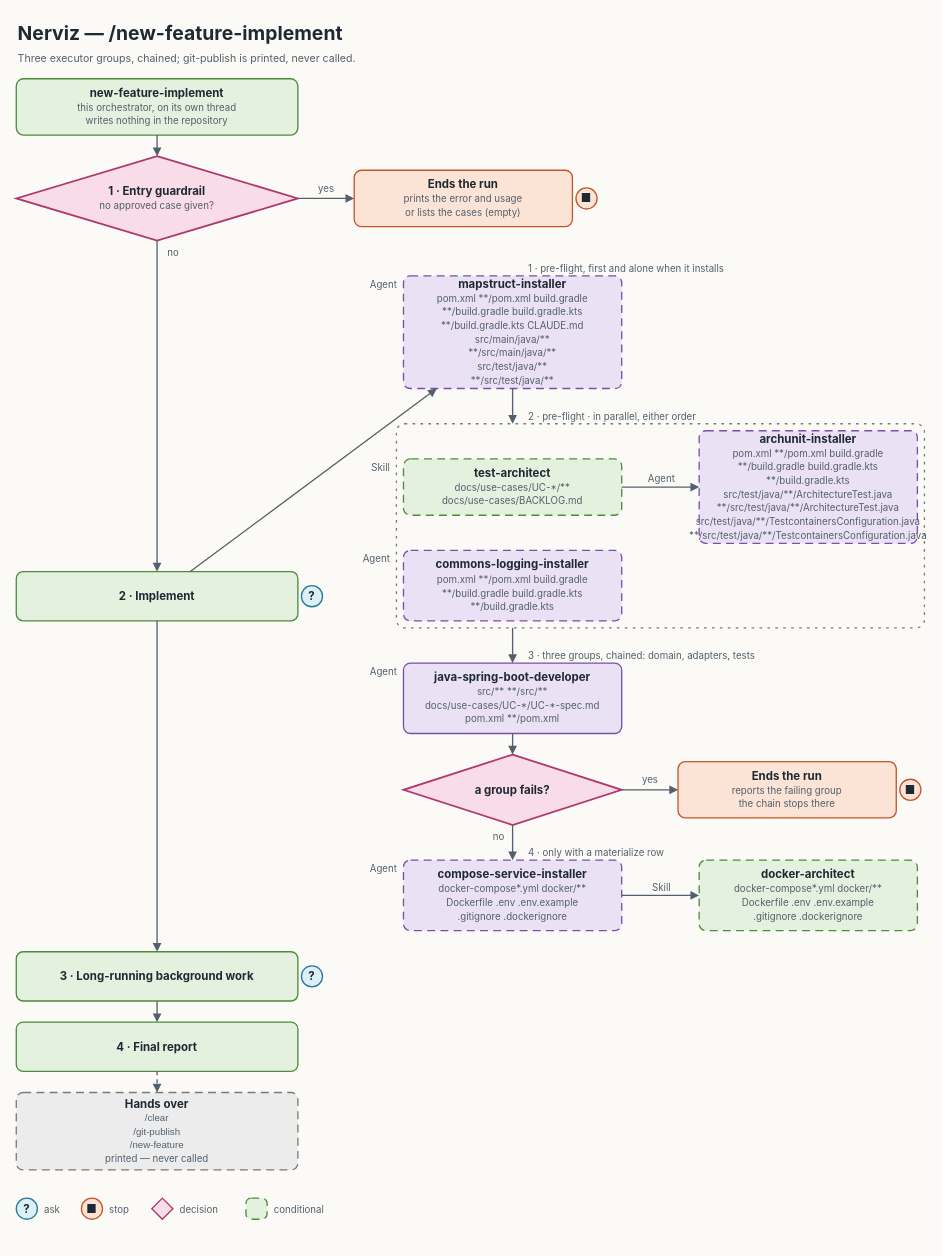
nerviz-ai/nerviz keeps this draw.io diagram as docs/diagrams/new-feature-implement/new-feature-implement.drawio. Above is the earlier version. Source tidied: cells renumbered, new cells numbered last; positions are measured from the earlier drawing's top-left corner, leaving out a move shared by most shapes. Both pictures are drawn from the tidied source at 88%, with x=0, y=0 at pixel (16, 15).
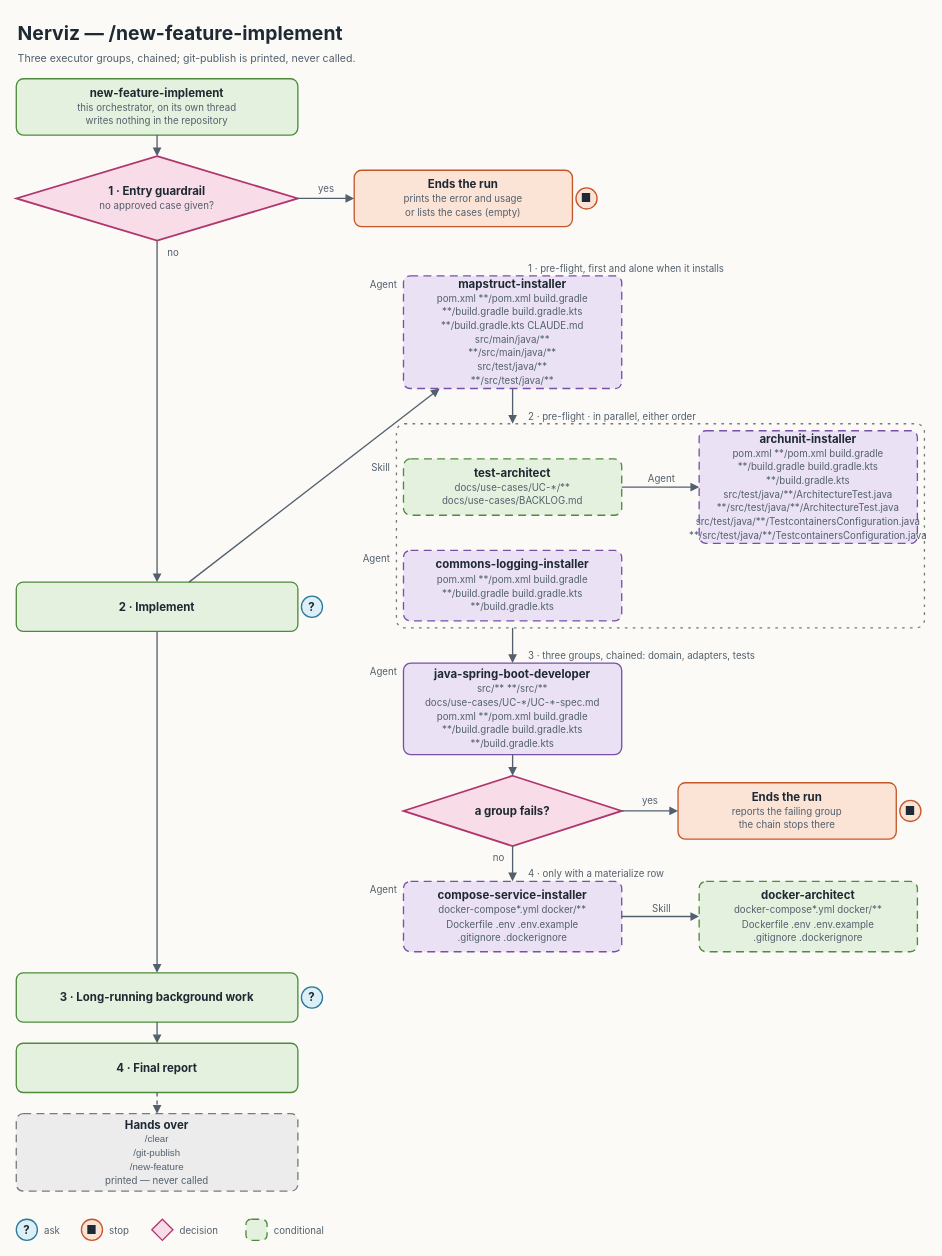
The same diagram, later.

What changed in the source:
```diff
@@
     <mxCell id="7" value="&lt;b&gt;2 · Implement&lt;/b&gt;" style="rounded=1;arcSize=14;html=1;whiteSpace=wrap;fontSize=13;fontFamily=Inter;fontColor=#1F2933;fillColor=#E4F1DE;strokeColor=#4C8C3A;strokeWidth=1.5;" parent="1" vertex="1">
-      <mxGeometry y="632" width="320" height="56" as="geometry" />
+      <mxGeometry y="644" width="320" height="56" as="geometry" />
     </mxCell>
@@
-    <mxCell id="13" value="&lt;b&gt;java-spring-boot-developer&lt;/b&gt;&lt;br/&gt;&lt;font style=&quot;font-size:11px&quot; color=&quot;#52606D&quot;&gt;src/** **/src/**&lt;/font&gt;&lt;br/&gt;&lt;font style=&quot;font-size:11px&quot; color=&quot;#52606D&quot;&gt;docs/use-cases/UC-*/UC-*-spec.md&lt;/font&gt;&lt;br/&gt;&lt;font style=&quot;font-size:11px&quot; color=&quot;#52606D&quot;&gt;pom.xml **/pom.xml&lt;/font&gt;" style="rounded=1;arcSize=10;html=1;whiteSpace=wrap;fontSize=13;fontFamily=Inter;fontColor=#1F2933;fillColor=#EBE1F5;strokeColor=#7A4FA8;strokeWidth=1.5;" parent="1" vertex="1">
-      <mxGeometry x="440" y="736" width="248" height="80" as="geometry" />
+    <mxCell id="13" value="&lt;b&gt;java-spring-boot-developer&lt;/b&gt;&lt;br/&gt;&lt;font style=&quot;font-size:11px&quot; color=&quot;#52606D&quot;&gt;src/** **/src/**&lt;/font&gt;&lt;br/&gt;&lt;font style=&quot;font-size:11px&quot; color=&quot;#52606D&quot;&gt;docs/use-cases/UC-*/UC-*-spec.md&lt;/font&gt;&lt;br/&gt;&lt;font style=&quot;font-size:11px&quot; color=&quot;#52606D&quot;&gt;pom.xml **/pom.xml build.gradle&lt;/font&gt;&lt;br/&gt;&lt;font style=&quot;font-size:11px&quot; color=&quot;#52606D&quot;&gt;**/build.gradle build.gradle.kts&lt;/font&gt;&lt;br/&gt;&lt;font style=&quot;font-size:11px&quot; color=&quot;#52606D&quot;&gt;**/build.gradle.kts&lt;/font&gt;" style="rounded=1;arcSize=8;html=1;whiteSpace=wrap;fontSize=13;fontFamily=Inter;fontColor=#1F2933;fillColor=#EBE1F5;strokeColor=#7A4FA8;strokeWidth=1.5;" parent="1" vertex="1">
+      <mxGeometry x="440" y="736" width="248" height="104" as="geometry" />
     </mxCell>
     <mxCell id="14" value="&lt;b&gt;a group fails?&lt;/b&gt;" style="rhombus;html=1;whiteSpace=wrap;fontSize=13;fontFamily=Inter;fontColor=#1F2933;fillColor=#F8DCE8;strokeColor=#B0366E;strokeWidth=2;" parent="1" vertex="1">
-      <mxGeometry x="440" y="840" width="248" height="80" as="geometry" />
+      <mxGeometry x="440" y="864" width="248" height="80" as="geometry" />
     </mxCell>
     <mxCell id="15" value="&lt;b&gt;Ends the run&lt;/b&gt;&lt;br/&gt;&lt;font style=&quot;font-size:11px&quot; color=&quot;#52606D&quot;&gt;reports the failing group&lt;/font&gt;&lt;br/&gt;&lt;font style=&quot;font-size:11px&quot; color=&quot;#52606D&quot;&gt;the chain stops there&lt;/font&gt;" style="rounded=1;arcSize=13;html=1;whiteSpace=wrap;fontSize=13;fontFamily=Inter;fontColor=#1F2933;fillColor=#FBE3D6;strokeColor=#C4572A;strokeWidth=1.5;" parent="1" vertex="1">
-      <mxGeometry x="752" y="848" width="248" height="64" as="geometry" />
+      <mxGeometry x="752" y="872" width="248" height="64" as="geometry" />
     </mxCell>
     <mxCell id="16" value="&lt;b&gt;■&lt;/b&gt;" style="rounded=1;arcSize=50;html=1;whiteSpace=wrap;fontSize=13;fontFamily=Inter;fontColor=#1F2933;fillColor=#FBE3D6;strokeColor=#C4572A;strokeWidth=1.5;" parent="1" vertex="1">
-      <mxGeometry x="1004" y="868" width="24" height="24" as="geometry" />
+      <mxGeometry x="1004" y="892" width="24" height="24" as="geometry" />
     </mxCell>
     <mxCell id="17" value="&lt;b&gt;compose-service-installer&lt;/b&gt;&lt;br/&gt;&lt;font style=&quot;font-size:11px&quot; color=&quot;#52606D&quot;&gt;docker-compose*.yml docker/**&lt;/font&gt;&lt;br/&gt;&lt;font style=&quot;font-size:11px&quot; color=&quot;#52606D&quot;&gt;Dockerfile .env .env.example&lt;/font&gt;&lt;br/&gt;&lt;font style=&quot;font-size:11px&quot; color=&quot;#52606D&quot;&gt;.gitignore .dockerignore&lt;/font&gt;" style="rounded=1;arcSize=10;html=1;whiteSpace=wrap;fontSize=13;fontFamily=Inter;fontColor=#1F2933;fillColor=#EBE1F5;strokeColor=#7A4FA8;strokeWidth=1.5;dashed=1;dashPattern=6 4;" parent="1" vertex="1">
-      <mxGeometry x="440" y="960" width="248" height="80" as="geometry" />
+      <mxGeometry x="440" y="984" width="248" height="80" as="geometry" />
     </mxCell>
     <mxCell id="18" value="&lt;b&gt;docker-architect&lt;/b&gt;&lt;br/&gt;&lt;font style=&quot;font-size:11px&quot; color=&quot;#52606D&quot;&gt;docker-compose*.yml docker/**&lt;/font&gt;&lt;br/&gt;&lt;font style=&quot;font-size:11px&quot; color=&quot;#52606D&quot;&gt;Dockerfile .env .env.example&lt;/font&gt;&lt;br/&gt;&lt;font style=&quot;font-size:11px&quot; color=&quot;#52606D&quot;&gt;.gitignore .dockerignore&lt;/font&gt;" style="rounded=1;arcSize=10;html=1;whiteSpace=wrap;fontSize=13;fontFamily=Inter;fontColor=#1F2933;fillColor=#E4F1DE;strokeColor=#4C8C3A;strokeWidth=1.5;dashed=1;dashPattern=6 4;" parent="1" vertex="1">
-      <mxGeometry x="776" y="960" width="248" height="80" as="geometry" />
+      <mxGeometry x="776" y="984" width="248" height="80" as="geometry" />
     </mxCell>
     <mxCell id="19" value="&lt;b&gt;?&lt;/b&gt;" style="rounded=1;arcSize=50;html=1;whiteSpace=wrap;fontSize=13;fontFamily=Inter;fontColor=#1F2933;fillColor=#DCEFF7;strokeColor=#2B7A9B;strokeWidth=1.5;" parent="1" vertex="1">
-      <mxGeometry x="324" y="648" width="24" height="24" as="geometry" />
+      <mxGeometry x="324" y="660" width="24" height="24" as="geometry" />
     </mxCell>
     <mxCell id="20" value="&lt;b&gt;3 · Long-running background work&lt;/b&gt;" style="rounded=1;arcSize=14;html=1;whiteSpace=wrap;fontSize=13;fontFamily=Inter;fontColor=#1F2933;fillColor=#E4F1DE;strokeColor=#4C8C3A;strokeWidth=1.5;" parent="1" vertex="1">
-      <mxGeometry y="1064" width="320" height="56" as="geometry" />
+      <mxGeometry y="1088" width="320" height="56" as="geometry" />
     </mxCell>
     <mxCell id="21" value="&lt;b&gt;?&lt;/b&gt;" style="rounded=1;arcSize=50;html=1;whiteSpace=wrap;fontSize=13;fontFamily=Inter;fontColor=#1F2933;fillColor=#DCEFF7;strokeColor=#2B7A9B;strokeWidth=1.5;" parent="1" vertex="1">
-      <mxGeometry x="324" y="1080" width="24" height="24" as="geometry" />
+      <mxGeometry x="324" y="1104" width="24" height="24" as="geometry" />
     </mxCell>
     <mxCell id="22" value="&lt;b&gt;4 · Final report&lt;/b&gt;" style="rounded=1;arcSize=14;html=1;whiteSpace=wrap;fontSize=13;fontFamily=Inter;fontColor=#1F2933;fillColor=#E4F1DE;strokeColor=#4C8C3A;strokeWidth=1.5;" parent="1" vertex="1">
-      <mxGeometry y="1144" width="320" height="56" as="geometry" />
+      <mxGeometry y="1168" width="320" height="56" as="geometry" />
     </mxCell>
     <mxCell id="23" value="&lt;b&gt;Hands over&lt;/b&gt;&lt;br/&gt;&lt;font style=&quot;font-size:11px&quot; color=&quot;#52606D&quot; face=&quot;ui-monospace&quot;&gt;/clear&lt;/font&gt;&lt;br/&gt;&lt;font style=&quot;font-size:11px&quot; color=&quot;#52606D&quot; face=&quot;ui-monospace&quot;&gt;/git-publish&lt;/font&gt;&lt;br/&gt;&lt;font style=&quot;font-size:11px&quot; color=&quot;#52606D&quot; face=&quot;ui-monospace&quot;&gt;/new-feature&lt;/font&gt;&lt;br/&gt;&lt;font style=&quot;font-size:11px&quot; color=&quot;#52606D&quot;&gt;printed — never called&lt;/font&gt;" style="rounded=1;arcSize=9;html=1;whiteSpace=wrap;fontSize=13;fontFamily=Inter;fontColor=#1F2933;fillColor=#ECECEC;strokeColor=#7A7A7A;strokeWidth=1.5;dashed=1;dashPattern=6 4;" parent="1" vertex="1">
-      <mxGeometry y="1224" width="320" height="88" as="geometry" />
+      <mxGeometry y="1248" width="320" height="88" as="geometry" />
     </mxCell>
     <mxCell id="24" value="&lt;b&gt;?&lt;/b&gt;" style="rounded=1;arcSize=50;html=1;whiteSpace=wrap;fontSize=13;fontFamily=Inter;fontColor=#1F2933;fillColor=#DCEFF7;strokeColor=#2B7A9B;strokeWidth=1.5;" parent="1" vertex="1">
-      <mxGeometry y="1344" width="24" height="24" as="geometry" />
+      <mxGeometry y="1368" width="24" height="24" as="geometry" />
     </mxCell>
     <mxCell id="25" value="&lt;b&gt;■&lt;/b&gt;" style="rounded=1;arcSize=50;html=1;whiteSpace=wrap;fontSize=13;fontFamily=Inter;fontColor=#1F2933;fillColor=#FBE3D6;strokeColor=#C4572A;strokeWidth=1.5;" parent="1" vertex="1">
-      <mxGeometry x="74" y="1344" width="24" height="24" as="geometry" />
+      <mxGeometry x="74" y="1368" width="24" height="24" as="geometry" />
     </mxCell>
     <mxCell id="26" style="rhombus;html=1;whiteSpace=wrap;fontSize=13;fontFamily=Inter;fontColor=#1F2933;fillColor=#F8DCE8;strokeColor=#B0366E;strokeWidth=1.5;" parent="1" vertex="1">
-      <mxGeometry x="154" y="1344" width="24" height="24" as="geometry" />
+      <mxGeometry x="154" y="1368" width="24" height="24" as="geometry" />
     </mxCell>
     <mxCell id="27" style="rounded=1;arcSize=25;html=1;fillColor=#E4F1DE;strokeColor=#4C8C3A;strokeWidth=1.5;dashed=1;dashPattern=6 4;" parent="1" vertex="1">
-      <mxGeometry x="261" y="1344" width="24" height="24" as="geometry" />
+      <mxGeometry x="261" y="1368" width="24" height="24" as="geometry" />
     </mxCell>
@@
     <mxCell id="33" style="edgeStyle=none;html=1;endArrow=block;endFill=1;strokeColor=#52606D;strokeWidth=1.5;" parent="1" edge="1">
       <mxGeometry relative="1" as="geometry">
-        <mxPoint x="564" y="816" as="sourcePoint" />
-        <mxPoint x="564" y="840" as="targetPoint" />
+        <mxPoint x="564" y="840" as="sourcePoint" />
+        <mxPoint x="564" y="864" as="targetPoint" />
       </mxGeometry>
     </mxCell>
@@
     <mxCell id="36" style="edgeStyle=none;html=1;endArrow=block;endFill=1;strokeColor=#52606D;strokeWidth=1.5;" parent="1" edge="1">
       <mxGeometry relative="1" as="geometry">
-        <mxPoint x="564" y="920" as="sourcePoint" />
-        <mxPoint x="564" y="960" as="targetPoint" />
+        <mxPoint x="564" y="944" as="sourcePoint" />
+        <mxPoint x="564" y="984" as="targetPoint" />
       </mxGeometry>
     </mxCell>
@@
     <mxCell id="51" value="yes" style="text;html=1;align=center;verticalAlign=middle;whiteSpace=nowrap;fontSize=11;fontFamily=Inter;fontColor=#52606D;" parent="1" vertex="1">
-      <mxGeometry x="710" y="861" width="20" height="15" as="geometry" />
+      <mxGeometry x="710" y="885" width="20" height="15" as="geometry" />
     </mxCell>
     <mxCell id="52" value="Skill" style="text;html=1;align=center;verticalAlign=middle;whiteSpace=nowrap;fontSize=11;fontFamily=Inter;fontColor=#52606D;" parent="1" vertex="1">
-      <mxGeometry x="716" y="983" width="33" height="15" as="geometry" />
+      <mxGeometry x="716" y="1007" width="33" height="15" as="geometry" />
     </mxCell>
     <mxCell id="53" value="Agent" style="text;html=1;align=right;verticalAlign=middle;whiteSpace=nowrap;fontSize=11;fontFamily=Inter;fontColor=#52606D;" parent="1" vertex="1">
-      <mxGeometry x="401" y="962" width="33" height="15" as="geometry" />
+      <mxGeometry x="401" y="986" width="33" height="15" as="geometry" />
     </mxCell>
     <mxCell id="54" value="4 · only with a materialize row" style="text;html=1;align=left;verticalAlign=middle;whiteSpace=nowrap;fontSize=11;fontFamily=Inter;fontColor=#52606D;" parent="1" vertex="1">
-      <mxGeometry x="580" y="944" width="205" height="15" as="geometry" />
+      <mxGeometry x="580" y="968" width="205" height="15" as="geometry" />
     </mxCell>
     <mxCell id="55" value="no" style="text;html=1;align=right;verticalAlign=middle;whiteSpace=nowrap;fontSize=11;fontFamily=Inter;fontColor=#52606D;" parent="1" vertex="1">
-      <mxGeometry x="543" y="925" width="13" height="15" as="geometry" />
+      <mxGeometry x="543" y="949" width="13" height="15" as="geometry" />
     </mxCell>
@@
     <mxCell id="57" value="ask" style="text;html=1;align=left;verticalAlign=middle;whiteSpace=nowrap;fontSize=11;fontFamily=Inter;fontColor=#52606D;" parent="1" vertex="1">
-      <mxGeometry x="30" y="1349" width="20" height="15" as="geometry" />
+      <mxGeometry x="30" y="1373" width="20" height="15" as="geometry" />
     </mxCell>
     <mxCell id="58" value="stop" style="text;html=1;align=left;verticalAlign=middle;whiteSpace=nowrap;fontSize=11;fontFamily=Inter;fontColor=#52606D;" parent="1" vertex="1">
-      <mxGeometry x="104" y="1349" width="26" height="15" as="geometry" />
+      <mxGeometry x="104" y="1373" width="26" height="15" as="geometry" />
     </mxCell>
     <mxCell id="59" value="decision" style="text;html=1;align=left;verticalAlign=middle;whiteSpace=nowrap;fontSize=11;fontFamily=Inter;fontColor=#52606D;" parent="1" vertex="1">
-      <mxGeometry x="184" y="1349" width="53" height="15" as="geometry" />
+      <mxGeometry x="184" y="1373" width="53" height="15" as="geometry" />
     </mxCell>
     <mxCell id="60" value="conditional" style="text;html=1;align=left;verticalAlign=middle;whiteSpace=nowrap;fontSize=11;fontFamily=Inter;fontColor=#52606D;" parent="1" vertex="1">
-      <mxGeometry x="291" y="1349" width="73" height="15" as="geometry" />
+      <mxGeometry x="291" y="1373" width="73" height="15" as="geometry" />
     </mxCell>
```
